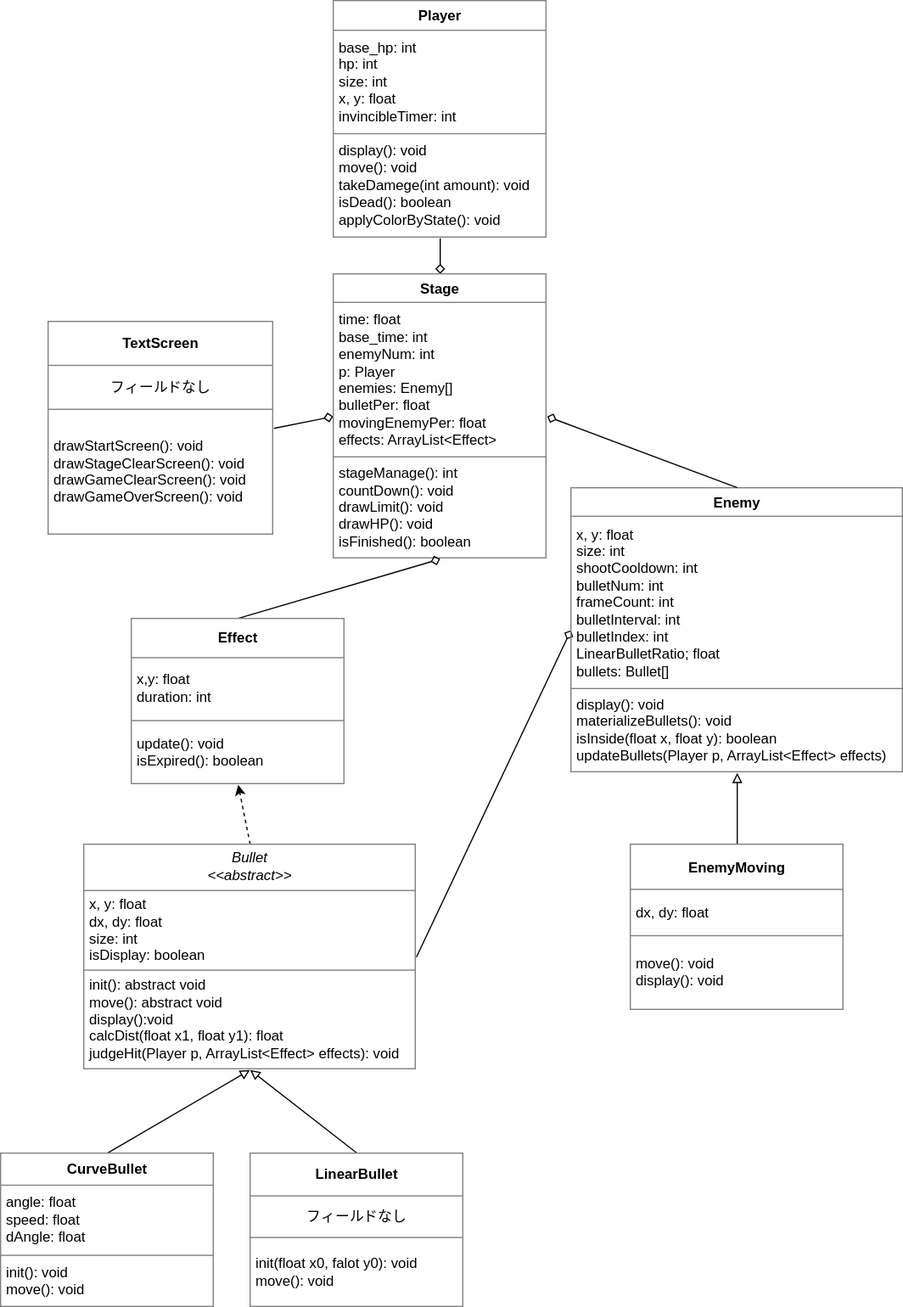
Above: oop_report/uml.drawio.svg in judz218/oop (draw.io), before the change. Source tidied: cells renumbered, new cells last; positions are measured from the earlier drawing's top-left corner, leaving out a move shared by most shapes.
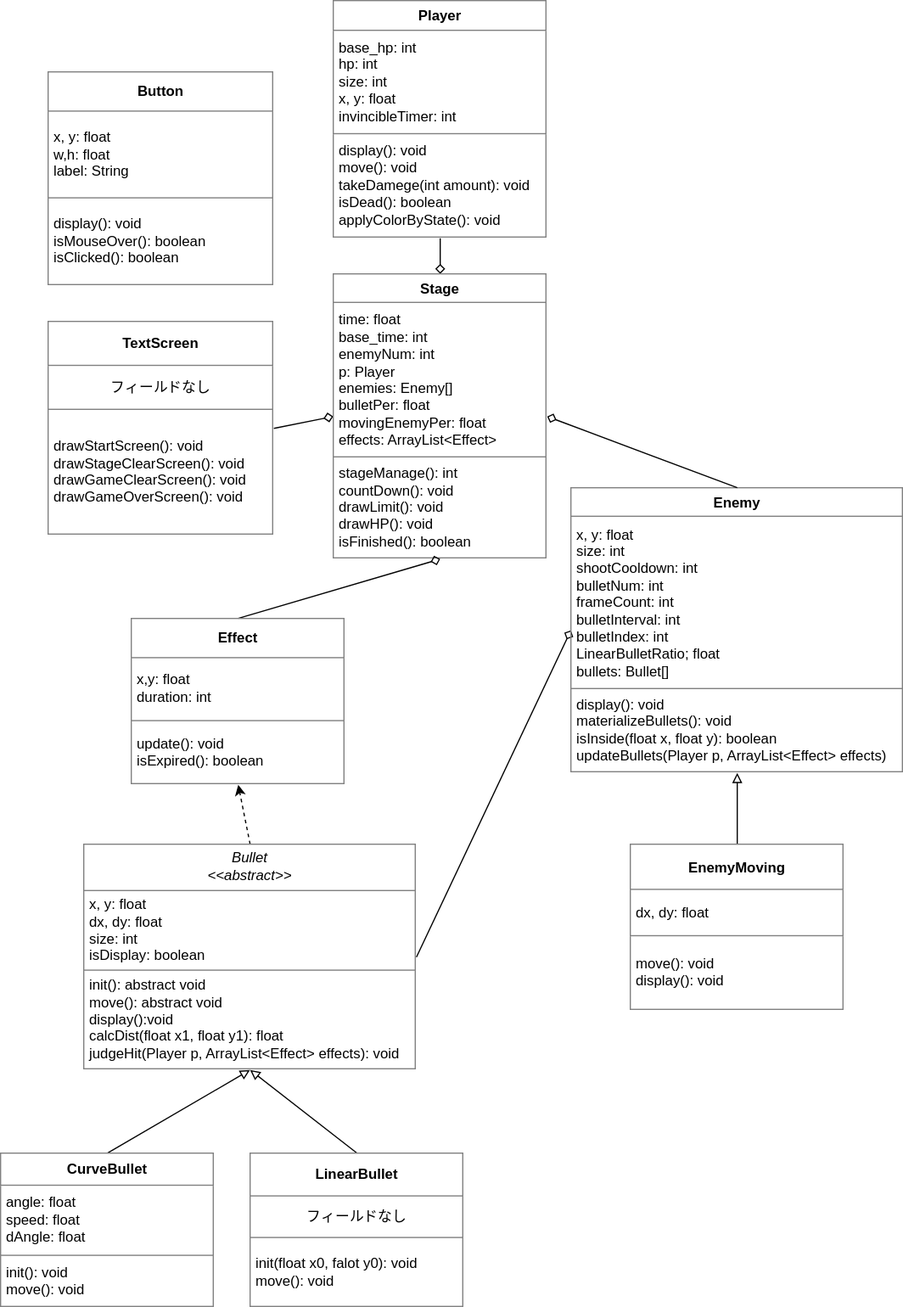
The same file after the commit.

Commit message:
クラス図にButton追加

The edit, as a diff of the source:
```diff
@@ -56,5 +56,8 @@
     <mxCell id="19" value="&lt;table border=&quot;1&quot; width=&quot;100%&quot; height=&quot;100%&quot; cellpadding=&quot;4&quot; style=&quot;width:100%;height:100%;border-collapse:collapse;&quot;&gt;&lt;tbody&gt;&lt;tr&gt;&lt;th align=&quot;center&quot;&gt;Effect&lt;/th&gt;&lt;/tr&gt;&lt;tr&gt;&lt;td&gt;x,y: float&lt;br&gt;duration: int&lt;/td&gt;&lt;/tr&gt;&lt;tr&gt;&lt;td&gt;update(): void&lt;br&gt;isExpired(): boolean&lt;/td&gt;&lt;/tr&gt;&lt;/tbody&gt;&lt;/table&gt;" style="text;html=1;whiteSpace=wrap;strokeColor=none;fillColor=none;overflow=fill;" parent="1" vertex="1">
       <mxGeometry x="110" y="520" width="180" height="140" as="geometry" />
     </mxCell>
+    <mxCell id="20" value="&lt;table border=&quot;1&quot; width=&quot;100%&quot; height=&quot;100%&quot; cellpadding=&quot;4&quot; style=&quot;width:100%;height:100%;border-collapse:collapse;&quot;&gt;&lt;tbody&gt;&lt;tr&gt;&lt;th align=&quot;center&quot;&gt;Button&lt;/th&gt;&lt;/tr&gt;&lt;tr&gt;&lt;td&gt;x, y: float&lt;br&gt;w,h: float&lt;br&gt;label: String&lt;/td&gt;&lt;/tr&gt;&lt;tr&gt;&lt;td&gt;display(): void&lt;br&gt;isMouseOver(): boolean&lt;br&gt;isClicked(): boolean&lt;/td&gt;&lt;/tr&gt;&lt;/tbody&gt;&lt;/table&gt;" style="text;html=1;whiteSpace=wrap;strokeColor=none;fillColor=none;overflow=fill;" parent="1" vertex="1">
+      <mxGeometry x="40" y="60" width="190" height="180" as="geometry" />
+    </mxCell>
   </root>
 </mxGraphModel>
```
